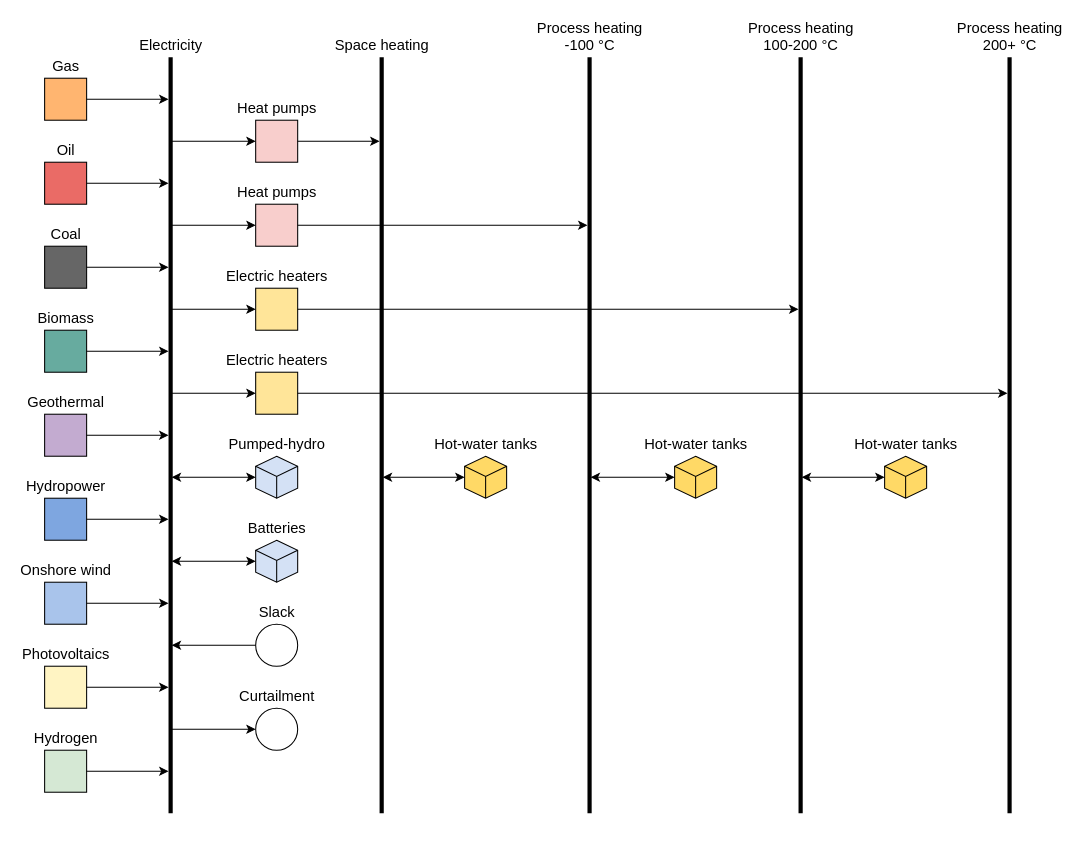
This is docs/reference_energy_system.drawio from borvendegmate/thesis_bayern_model, a draw.io file, before an edit. Source tidied: cells renumbered, new cells numbered last; positions are measured from the earlier drawing's top-left corner, leaving out a move shared by most shapes. Both pictures are drawn from the tidied source at 105%, with x=0, y=0 at pixel (44, 57).
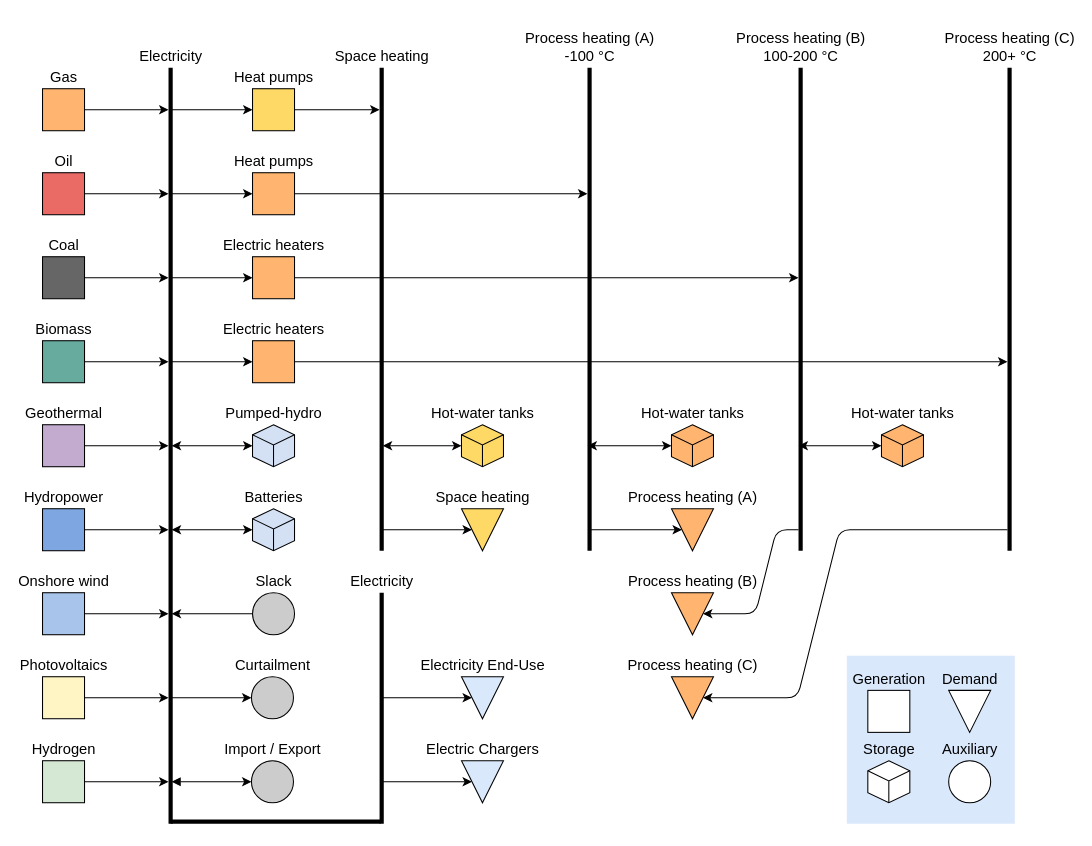
After the change.

The edit, as a diff of the source:
```diff
@@
     <mxCell id="2" value="Electricity" style="line;strokeWidth=4;direction=south;html=1;perimeter=backbonePerimeter;points=[];outlineConnect=0;labelPosition=center;verticalLabelPosition=top;align=center;verticalAlign=bottom;horizontal=1;spacingTop=8;spacing=2;fontSize=14;" parent="1" vertex="1">
-      <mxGeometry x="115" width="10" height="720" as="geometry" />
+      <mxGeometry x="115" y="10" width="10" height="720" as="geometry" />
     </mxCell>
     <mxCell id="3" value="Space heating" style="line;strokeWidth=4;direction=south;html=1;perimeter=backbonePerimeter;points=[];outlineConnect=0;labelPosition=center;verticalLabelPosition=top;align=center;verticalAlign=bottom;horizontal=1;spacingTop=8;spacing=2;fontSize=14;" parent="1" vertex="1">
-      <mxGeometry x="316" width="10" height="720" as="geometry" />
+      <mxGeometry x="316" y="10" width="10" height="460" as="geometry" />
     </mxCell>
-    <mxCell id="4" value="Process heating&lt;br style=&quot;font-size: 14px;&quot;&gt;100-200 °C" style="line;strokeWidth=4;direction=south;html=1;perimeter=backbonePerimeter;points=[];outlineConnect=0;labelPosition=center;verticalLabelPosition=top;align=center;verticalAlign=bottom;horizontal=1;spacingTop=8;spacing=2;fontSize=14;" parent="1" vertex="1">
-      <mxGeometry x="715" width="10" height="720" as="geometry" />
+    <mxCell id="4" value="Process heating (B)&lt;br style=&quot;font-size: 14px;&quot;&gt;100-200 °C" style="line;strokeWidth=4;direction=south;html=1;perimeter=backbonePerimeter;points=[];outlineConnect=0;labelPosition=center;verticalLabelPosition=top;align=center;verticalAlign=bottom;horizontal=1;spacingTop=8;spacing=2;fontSize=14;" parent="1" vertex="1">
+      <mxGeometry x="715" y="10" width="10" height="460" as="geometry" />
     </mxCell>
-    <mxCell id="5" value="Process heating&lt;br style=&quot;font-size: 14px;&quot;&gt;-100 °C" style="line;strokeWidth=4;direction=south;html=1;perimeter=backbonePerimeter;points=[];outlineConnect=0;labelPosition=center;verticalLabelPosition=top;align=center;verticalAlign=bottom;horizontal=1;spacingTop=8;spacing=2;fontSize=14;" parent="1" vertex="1">
-      <mxGeometry x="514" width="10" height="720" as="geometry" />
+    <mxCell id="5" value="Process heating (A)&lt;br style=&quot;font-size: 14px;&quot;&gt;-100 °C" style="line;strokeWidth=4;direction=south;html=1;perimeter=backbonePerimeter;points=[];outlineConnect=0;labelPosition=center;verticalLabelPosition=top;align=center;verticalAlign=bottom;horizontal=1;spacingTop=8;spacing=2;fontSize=14;" parent="1" vertex="1">
+      <mxGeometry x="514" y="10" width="10" height="460" as="geometry" />
     </mxCell>
-    <mxCell id="6" value="Process heating&lt;br style=&quot;font-size: 14px;&quot;&gt;200+&amp;nbsp;°C" style="line;strokeWidth=4;direction=south;html=1;perimeter=backbonePerimeter;points=[];outlineConnect=0;labelPosition=center;verticalLabelPosition=top;align=center;verticalAlign=bottom;horizontal=1;spacingTop=8;spacing=2;fontSize=14;" parent="1" vertex="1">
-      <mxGeometry x="914" width="10" height="720" as="geometry" />
+    <mxCell id="6" value="Process heating (C)&lt;br style=&quot;font-size: 14px;&quot;&gt;200+&amp;nbsp;°C" style="line;strokeWidth=4;direction=south;html=1;perimeter=backbonePerimeter;points=[];outlineConnect=0;labelPosition=center;verticalLabelPosition=top;align=center;verticalAlign=bottom;horizontal=1;spacingTop=8;spacing=2;fontSize=14;" parent="1" vertex="1">
+      <mxGeometry x="914" y="10" width="10" height="460" as="geometry" />
     </mxCell>
     <mxCell id="7" value="Gas" style="rounded=0;html=1;verticalAlign=bottom;labelPosition=center;verticalLabelPosition=top;align=center;fillColor=#FFB570;fontSize=14;" parent="1" vertex="1">
-      <mxGeometry y="20" width="40" height="40" as="geometry" />
+      <mxGeometry x="-2" y="30" width="40" height="40" as="geometry" />
     </mxCell>
     <mxCell id="8" value="Oil" style="rounded=0;html=1;verticalAlign=bottom;labelPosition=center;verticalLabelPosition=top;align=center;fillColor=#EA6B66;fontSize=14;" parent="1" vertex="1">
-      <mxGeometry y="100" width="40" height="40" as="geometry" />
+      <mxGeometry x="-2" y="110" width="40" height="40" as="geometry" />
     </mxCell>
     <mxCell id="9" value="Coal" style="rounded=0;html=1;verticalAlign=bottom;labelPosition=center;verticalLabelPosition=top;align=center;fillColor=#666666;fontSize=14;" parent="1" vertex="1">
-      <mxGeometry y="180" width="40" height="40" as="geometry" />
+      <mxGeometry x="-2" y="190" width="40" height="40" as="geometry" />
     </mxCell>
     <mxCell id="10" value="Biomass" style="rounded=0;html=1;verticalAlign=bottom;labelPosition=center;verticalLabelPosition=top;align=center;fillColor=#67AB9F;fontSize=14;" parent="1" vertex="1">
-      <mxGeometry y="260" width="40" height="40" as="geometry" />
+      <mxGeometry x="-2" y="270" width="40" height="40" as="geometry" />
     </mxCell>
     <mxCell id="11" value="Geothermal" style="rounded=0;html=1;verticalAlign=bottom;labelPosition=center;verticalLabelPosition=top;align=center;fillColor=#C3ABD0;fontSize=14;" parent="1" vertex="1">
-      <mxGeometry y="340" width="40" height="40" as="geometry" />
+      <mxGeometry x="-2" y="350" width="40" height="40" as="geometry" />
     </mxCell>
     <mxCell id="12" value="Hydropower" style="rounded=0;html=1;verticalAlign=bottom;labelPosition=center;verticalLabelPosition=top;align=center;direction=south;fillColor=#7EA6E0;fontSize=14;" parent="1" vertex="1">
-      <mxGeometry y="420" width="40" height="40" as="geometry" />
+      <mxGeometry x="-2" y="430" width="40" height="40" as="geometry" />
     </mxCell>
     <mxCell id="13" value="Onshore wind" style="rounded=0;html=1;verticalAlign=bottom;labelPosition=center;verticalLabelPosition=top;align=center;fillColor=#A9C4EB;fontSize=14;" parent="1" vertex="1">
-      <mxGeometry y="500" width="40" height="40" as="geometry" />
+      <mxGeometry x="-2" y="510" width="40" height="40" as="geometry" />
     </mxCell>
     <mxCell id="14" value="Photovoltaics" style="rounded=0;html=1;verticalAlign=bottom;labelPosition=center;verticalLabelPosition=top;align=center;fillColor=#FFF4C3;fontSize=14;" parent="1" vertex="1">
-      <mxGeometry y="580" width="40" height="40" as="geometry" />
+      <mxGeometry x="-2" y="590" width="40" height="40" as="geometry" />
     </mxCell>
     <mxCell id="15" style="endArrow=classic;html=1;rounded=0;exitX=1;exitY=0.5;exitDx=0;exitDy=0;fontSize=14;" parent="1" edge="1" source="7">
       <mxGeometry relative="1" as="geometry">
-        <mxPoint x="118" y="40" as="targetPoint" />
+        <mxPoint x="118" y="50" as="targetPoint" />
       </mxGeometry>
     </mxCell>
     <mxCell id="16" style="endArrow=classic;html=1;rounded=0;exitX=1;exitY=0.5;exitDx=0;exitDy=0;fontSize=14;" parent="1" edge="1" source="8">
       <mxGeometry relative="1" as="geometry">
-        <mxPoint x="118" y="120" as="targetPoint" />
+        <mxPoint x="118" y="130" as="targetPoint" />
       </mxGeometry>
     </mxCell>
     <mxCell id="17" style="endArrow=classic;html=1;rounded=0;exitX=1;exitY=0.5;exitDx=0;exitDy=0;fontSize=14;" parent="1" edge="1" source="9">
       <mxGeometry relative="1" as="geometry">
-        <mxPoint x="118" y="200" as="targetPoint" />
+        <mxPoint x="118" y="210" as="targetPoint" />
       </mxGeometry>
     </mxCell>
     <mxCell id="18" style="endArrow=classic;html=1;rounded=0;exitX=1;exitY=0.5;exitDx=0;exitDy=0;fontSize=14;" parent="1" edge="1" source="10">
       <mxGeometry relative="1" as="geometry">
-        <mxPoint x="118" y="280" as="targetPoint" />
+        <mxPoint x="118" y="290" as="targetPoint" />
       </mxGeometry>
     </mxCell>
     <mxCell id="19" style="endArrow=classic;html=1;rounded=0;exitX=1;exitY=0.5;exitDx=0;exitDy=0;fontSize=14;" parent="1" edge="1" source="11">
       <mxGeometry relative="1" as="geometry">
-        <mxPoint x="118" y="360" as="targetPoint" />
+        <mxPoint x="118" y="370" as="targetPoint" />
       </mxGeometry>
     </mxCell>
     <mxCell id="20" style="endArrow=classic;html=1;rounded=0;exitX=0.5;exitY=0;exitDx=0;exitDy=0;fontSize=14;" parent="1" edge="1" source="12">
       <mxGeometry relative="1" as="geometry">
-        <mxPoint x="118" y="440" as="targetPoint" />
+        <mxPoint x="118" y="450" as="targetPoint" />
       </mxGeometry>
     </mxCell>
     <mxCell id="21" style="endArrow=classic;html=1;rounded=0;exitX=1;exitY=0.5;exitDx=0;exitDy=0;fontSize=14;" parent="1" edge="1" source="13">
       <mxGeometry relative="1" as="geometry">
-        <mxPoint x="118" y="520" as="targetPoint" />
+        <mxPoint x="118" y="530" as="targetPoint" />
       </mxGeometry>
     </mxCell>
     <mxCell id="22" style="endArrow=classic;html=1;rounded=0;exitX=1;exitY=0.5;exitDx=0;exitDy=0;fontSize=14;" parent="1" edge="1" source="14">
       <mxGeometry relative="1" as="geometry">
-        <mxPoint x="118" y="600" as="targetPoint" />
+        <mxPoint x="118" y="610" as="targetPoint" />
       </mxGeometry>
     </mxCell>
-    <mxCell id="23" value="Heat pumps" style="rounded=0;html=1;verticalAlign=bottom;labelPosition=center;verticalLabelPosition=top;align=center;fillColor=#F8CECC;fontSize=14;" parent="1" vertex="1">
-      <mxGeometry x="201" y="60" width="40" height="40" as="geometry" />
+    <mxCell id="23" value="Heat pumps" style="rounded=0;html=1;verticalAlign=bottom;labelPosition=center;verticalLabelPosition=top;align=center;fillColor=#FFD966;fontSize=14;" parent="1" vertex="1">
+      <mxGeometry x="198" y="30" width="40" height="40" as="geometry" />
     </mxCell>
@@
-    <mxCell id="26" value="Heat pumps" style="rounded=0;html=1;verticalAlign=bottom;labelPosition=center;verticalLabelPosition=top;align=center;fillColor=#F8CECC;fontSize=14;" parent="1" vertex="1">
-      <mxGeometry x="201" y="140" width="40" height="40" as="geometry" />
+    <mxCell id="26" value="Heat pumps" style="rounded=0;html=1;verticalAlign=bottom;labelPosition=center;verticalLabelPosition=top;align=center;fillColor=#FFB570;fontSize=14;" parent="1" vertex="1">
+      <mxGeometry x="198" y="110" width="40" height="40" as="geometry" />
     </mxCell>
@@
-    <mxCell id="29" value="Electric heaters" style="rounded=0;html=1;verticalAlign=bottom;labelPosition=center;verticalLabelPosition=top;align=center;fillColor=#FFE599;fontSize=14;" parent="1" vertex="1">
-      <mxGeometry x="201" y="220" width="40" height="40" as="geometry" />
+    <mxCell id="29" value="Electric heaters" style="rounded=0;html=1;verticalAlign=bottom;labelPosition=center;verticalLabelPosition=top;align=center;fillColor=#FFB570;fontSize=14;" parent="1" vertex="1">
+      <mxGeometry x="198" y="190" width="40" height="40" as="geometry" />
     </mxCell>
@@
-    <mxCell id="32" value="Electric heaters" style="rounded=0;html=1;verticalAlign=bottom;labelPosition=center;verticalLabelPosition=top;align=center;fillColor=#FFE599;fontSize=14;" parent="1" vertex="1">
-      <mxGeometry x="201" y="300" width="40" height="40" as="geometry" />
+    <mxCell id="32" value="Electric heaters" style="rounded=0;html=1;verticalAlign=bottom;labelPosition=center;verticalLabelPosition=top;align=center;fillColor=#FFB570;fontSize=14;" parent="1" vertex="1">
+      <mxGeometry x="198" y="270" width="40" height="40" as="geometry" />
     </mxCell>
@@
     <mxCell id="35" value="Pumped-hydro" style="html=1;shape=isoCube2;backgroundOutline=1;isoAngle=15;labelPosition=center;verticalLabelPosition=top;align=center;verticalAlign=bottom;fillColor=#D4E1F5;fontSize=14;" parent="1" vertex="1">
-      <mxGeometry x="201" y="380" width="40" height="40" as="geometry" />
+      <mxGeometry x="198" y="350" width="40" height="40" as="geometry" />
     </mxCell>
     <mxCell id="36" value="Batteries" style="html=1;shape=isoCube2;backgroundOutline=1;isoAngle=15;labelPosition=center;verticalLabelPosition=top;align=center;verticalAlign=bottom;fillColor=#D4E1F5;fontSize=14;" parent="1" vertex="1">
-      <mxGeometry x="201" y="460" width="40" height="40" as="geometry" />
+      <mxGeometry x="198" y="430" width="40" height="40" as="geometry" />
     </mxCell>
     <mxCell id="37" value="Hot-water tanks" style="html=1;shape=isoCube2;backgroundOutline=1;isoAngle=15;labelPosition=center;verticalLabelPosition=top;align=center;verticalAlign=bottom;fillColor=#FFD966;fontSize=14;" parent="1" vertex="1">
-      <mxGeometry x="400" y="380" width="40" height="40" as="geometry" />
+      <mxGeometry x="397" y="350" width="40" height="40" as="geometry" />
     </mxCell>
-    <mxCell id="38" value="Hot-water tanks" style="html=1;shape=isoCube2;backgroundOutline=1;isoAngle=15;labelPosition=center;verticalLabelPosition=top;align=center;verticalAlign=bottom;fillColor=#FFD966;fontSize=14;" parent="1" vertex="1">
-      <mxGeometry x="600" y="380" width="40" height="40" as="geometry" />
+    <mxCell id="38" value="Hot-water tanks" style="html=1;shape=isoCube2;backgroundOutline=1;isoAngle=15;labelPosition=center;verticalLabelPosition=top;align=center;verticalAlign=bottom;fillColor=#FFB570;fontSize=14;" parent="1" vertex="1">
+      <mxGeometry x="597" y="350" width="40" height="40" as="geometry" />
     </mxCell>
-    <mxCell id="39" value="Hot-water tanks" style="html=1;shape=isoCube2;backgroundOutline=1;isoAngle=15;labelPosition=center;verticalLabelPosition=top;align=center;verticalAlign=bottom;fillColor=#FFD966;fontSize=14;" parent="1" vertex="1">
-      <mxGeometry x="800" y="380" width="40" height="40" as="geometry" />
+    <mxCell id="39" value="Hot-water tanks" style="html=1;shape=isoCube2;backgroundOutline=1;isoAngle=15;labelPosition=center;verticalLabelPosition=top;align=center;verticalAlign=bottom;fillColor=#FFB570;fontSize=14;" parent="1" vertex="1">
+      <mxGeometry x="797" y="350" width="40" height="40" as="geometry" />
     </mxCell>
@@
-    <mxCell id="43" style="endArrow=classic;startArrow=classic;html=1;rounded=0;entryX=0;entryY=0.5;entryDx=0;entryDy=0;entryPerimeter=0;fontSize=14;" parent="1" edge="1" source="5" target="38">
-      <mxGeometry relative="1" as="geometry" />
+    <mxCell id="43" style="endArrow=classic;startArrow=classic;html=1;rounded=0;entryX=0;entryY=0.5;entryDx=0;entryDy=0;entryPerimeter=0;fontSize=14;" parent="1" edge="1" target="38">
+      <mxGeometry relative="1" as="geometry">
+        <mxPoint x="517" y="370" as="sourcePoint" />
+      </mxGeometry>
     </mxCell>
-    <mxCell id="44" style="endArrow=classic;startArrow=classic;html=1;rounded=0;entryX=0;entryY=0.5;entryDx=0;entryDy=0;entryPerimeter=0;fontSize=14;" parent="1" edge="1" source="4" target="39">
-      <mxGeometry relative="1" as="geometry" />
+    <mxCell id="44" style="endArrow=classic;startArrow=classic;html=1;rounded=0;entryX=0;entryY=0.5;entryDx=0;entryDy=0;entryPerimeter=0;fontSize=14;" parent="1" edge="1" target="39">
+      <mxGeometry relative="1" as="geometry">
+        <mxPoint x="718" y="370" as="sourcePoint" />
+      </mxGeometry>
     </mxCell>
-    <mxCell id="45" value="Slack" style="ellipse;html=1;labelPosition=center;verticalLabelPosition=top;align=center;verticalAlign=bottom;fontSize=14;" parent="1" vertex="1">
-      <mxGeometry x="201" y="540" width="40" height="40" as="geometry" />
+    <mxCell id="45" value="Slack" style="ellipse;html=1;labelPosition=center;verticalLabelPosition=top;align=center;verticalAlign=bottom;fontSize=14;fillColor=#CCCCCC;" parent="1" vertex="1">
+      <mxGeometry x="198" y="510" width="40" height="40" as="geometry" />
     </mxCell>
-    <mxCell id="46" value="Curtailment" style="ellipse;html=1;labelPosition=center;verticalLabelPosition=top;align=center;verticalAlign=bottom;fontSize=14;" parent="1" vertex="1">
-      <mxGeometry x="201" y="620" width="40" height="40" as="geometry" />
+    <mxCell id="46" value="Curtailment" style="ellipse;html=1;labelPosition=center;verticalLabelPosition=top;align=center;verticalAlign=bottom;fontSize=14;fillColor=#CCCCCC;" parent="1" vertex="1">
+      <mxGeometry x="197" y="590" width="40" height="40" as="geometry" />
     </mxCell>
@@
     <mxCell id="49" value="Hydrogen" style="rounded=0;html=1;verticalAlign=bottom;labelPosition=center;verticalLabelPosition=top;align=center;fillColor=#D5E8D4;fontSize=14;" parent="1" vertex="1">
-      <mxGeometry y="660" width="40" height="40" as="geometry" />
+      <mxGeometry x="-2" y="670" width="40" height="40" as="geometry" />
     </mxCell>
@@
+    <mxCell id="51" value="Electricity End-Use" style="triangle;html=1;rotation=0;verticalAlign=bottom;labelPosition=center;verticalLabelPosition=top;align=center;direction=south;fontSize=14;fillColor=#DAE8FC;" parent="1" vertex="1">
+      <mxGeometry x="397" y="590" width="40" height="40" as="geometry" />
+    </mxCell>
+    <mxCell id="52" value="Electric Chargers" style="triangle;html=1;rotation=0;verticalAlign=bottom;labelPosition=center;verticalLabelPosition=top;align=center;direction=south;fontSize=14;fillColor=#DAE8FC;" parent="1" vertex="1">
+      <mxGeometry x="397" y="670" width="40" height="40" as="geometry" />
+    </mxCell>
+    <mxCell id="53" value="Space heating" style="triangle;html=1;rotation=0;verticalAlign=bottom;labelPosition=center;verticalLabelPosition=top;align=center;direction=south;fontSize=14;fillColor=#FFD966;" parent="1" vertex="1">
+      <mxGeometry x="397" y="430" width="40" height="40" as="geometry" />
+    </mxCell>
+    <mxCell id="54" value="Process heating (A)" style="triangle;html=1;rotation=0;verticalAlign=bottom;labelPosition=center;verticalLabelPosition=top;align=center;direction=south;fontSize=14;fillColor=#FFB570;" parent="1" vertex="1">
+      <mxGeometry x="597" y="430" width="40" height="40" as="geometry" />
+    </mxCell>
+    <mxCell id="55" value="Process heating (B)" style="triangle;html=1;rotation=0;verticalAlign=bottom;labelPosition=center;verticalLabelPosition=top;align=center;direction=south;fontSize=14;fillColor=#FFB570;" parent="1" vertex="1">
+      <mxGeometry x="597" y="510" width="40" height="40" as="geometry" />
+    </mxCell>
+    <mxCell id="56" value="Process heating (C)" style="triangle;html=1;rotation=0;verticalAlign=bottom;labelPosition=center;verticalLabelPosition=top;align=center;direction=south;fontSize=14;fillColor=#FFB570;" parent="1" vertex="1">
+      <mxGeometry x="597" y="590" width="40" height="40" as="geometry" />
+    </mxCell>
+    <mxCell id="57" style="endArrow=classic;html=1;rounded=0;fontSize=14;entryX=0.5;entryY=1;entryDx=0;entryDy=0;" parent="1" edge="1" source="3" target="53">
+      <mxGeometry relative="1" as="geometry" />
+    </mxCell>
+    <mxCell id="58" style="endArrow=classic;html=1;rounded=0;fontSize=14;entryX=0.5;entryY=1;entryDx=0;entryDy=0;" parent="1" edge="1" source="5" target="54">
+      <mxGeometry relative="1" as="geometry" />
+    </mxCell>
+    <mxCell id="59" style="endArrow=classic;html=1;rounded=1;fontSize=14;entryX=0.5;entryY=0;entryDx=0;entryDy=0;" parent="1" edge="1" source="4" target="55">
+      <mxGeometry relative="1" as="geometry">
+        <Array as="points">
+          <mxPoint x="697" y="450" />
+          <mxPoint x="677" y="530" />
+        </Array>
+      </mxGeometry>
+    </mxCell>
+    <mxCell id="60" style="endArrow=classic;html=1;rounded=1;fontSize=14;entryX=0.5;entryY=0;entryDx=0;entryDy=0;" parent="1" edge="1" source="6" target="56">
+      <mxGeometry relative="1" as="geometry">
+        <Array as="points">
+          <mxPoint x="757" y="450" />
+          <mxPoint x="717" y="610" />
+        </Array>
+      </mxGeometry>
+    </mxCell>
+    <mxCell id="61" value="Import / Export" style="ellipse;html=1;labelPosition=center;verticalLabelPosition=top;align=center;verticalAlign=bottom;fontSize=14;fillColor=#CCCCCC;" parent="1" vertex="1">
+      <mxGeometry x="197" y="670" width="40" height="40" as="geometry" />
+    </mxCell>
+    <mxCell id="62" style="endArrow=classic;html=1;rounded=0;entryX=0;entryY=0.5;entryDx=0;entryDy=0;fontSize=14;startArrow=block;startFill=1;" parent="1" edge="1" source="2" target="61">
+      <mxGeometry relative="1" as="geometry" />
+    </mxCell>
+    <mxCell id="63" style="rounded=0;html=1;verticalAlign=bottom;labelPosition=center;verticalLabelPosition=top;align=center;fontSize=14;fillColor=#DAE8FC;strokeColor=none;" parent="1" vertex="1">
+      <mxGeometry x="764" y="570" width="160" height="160" as="geometry" />
+    </mxCell>
+    <mxCell id="64" value="Generation" style="rounded=0;html=1;verticalAlign=bottom;labelPosition=center;verticalLabelPosition=top;align=center;fontSize=14;" parent="1" vertex="1">
+      <mxGeometry x="784" y="603" width="40" height="40" as="geometry" />
+    </mxCell>
+    <mxCell id="65" value="Demand" style="triangle;html=1;rotation=0;verticalAlign=bottom;labelPosition=center;verticalLabelPosition=top;align=center;direction=south;fontSize=14;" parent="1" vertex="1">
+      <mxGeometry x="861" y="603" width="40" height="40" as="geometry" />
+    </mxCell>
+    <mxCell id="66" value="Storage" style="html=1;shape=isoCube2;backgroundOutline=1;isoAngle=15;labelPosition=center;verticalLabelPosition=top;align=center;verticalAlign=bottom;fontSize=14;" parent="1" vertex="1">
+      <mxGeometry x="784" y="670" width="40" height="40" as="geometry" />
+    </mxCell>
+    <mxCell id="67" value="Auxiliary" style="ellipse;html=1;labelPosition=center;verticalLabelPosition=top;align=center;verticalAlign=bottom;fontSize=14;" parent="1" vertex="1">
+      <mxGeometry x="861" y="670" width="40" height="40" as="geometry" />
+    </mxCell>
+    <mxCell id="68" value="Electricity" style="line;strokeWidth=4;direction=south;html=1;perimeter=backbonePerimeter;points=[];outlineConnect=0;labelPosition=center;verticalLabelPosition=top;align=center;verticalAlign=bottom;horizontal=1;spacingTop=8;spacing=2;fontSize=14;" parent="1" vertex="1">
+      <mxGeometry x="316" y="510" width="10" height="220" as="geometry" />
+    </mxCell>
+    <mxCell id="69" style="endArrow=classic;html=1;rounded=0;fontSize=14;entryX=0.5;entryY=1;entryDx=0;entryDy=0;" parent="1" edge="1" source="68" target="51">
+      <mxGeometry relative="1" as="geometry" />
+    </mxCell>
+    <mxCell id="70" style="endArrow=classic;html=1;rounded=0;fontSize=14;entryX=0.5;entryY=1;entryDx=0;entryDy=0;" parent="1" edge="1" source="68" target="52">
+      <mxGeometry relative="1" as="geometry" />
+    </mxCell>
+    <mxCell id="71" style="line;strokeWidth=4;direction=south;html=1;perimeter=backbonePerimeter;labelPosition=center;verticalLabelPosition=top;align=center;verticalAlign=bottom;horizontal=1;spacingTop=8;spacing=2;fontSize=14;rotation=-90;" parent="1" vertex="1">
+      <mxGeometry x="215" y="628" width="10" height="200" as="geometry" />
+    </mxCell>
```
